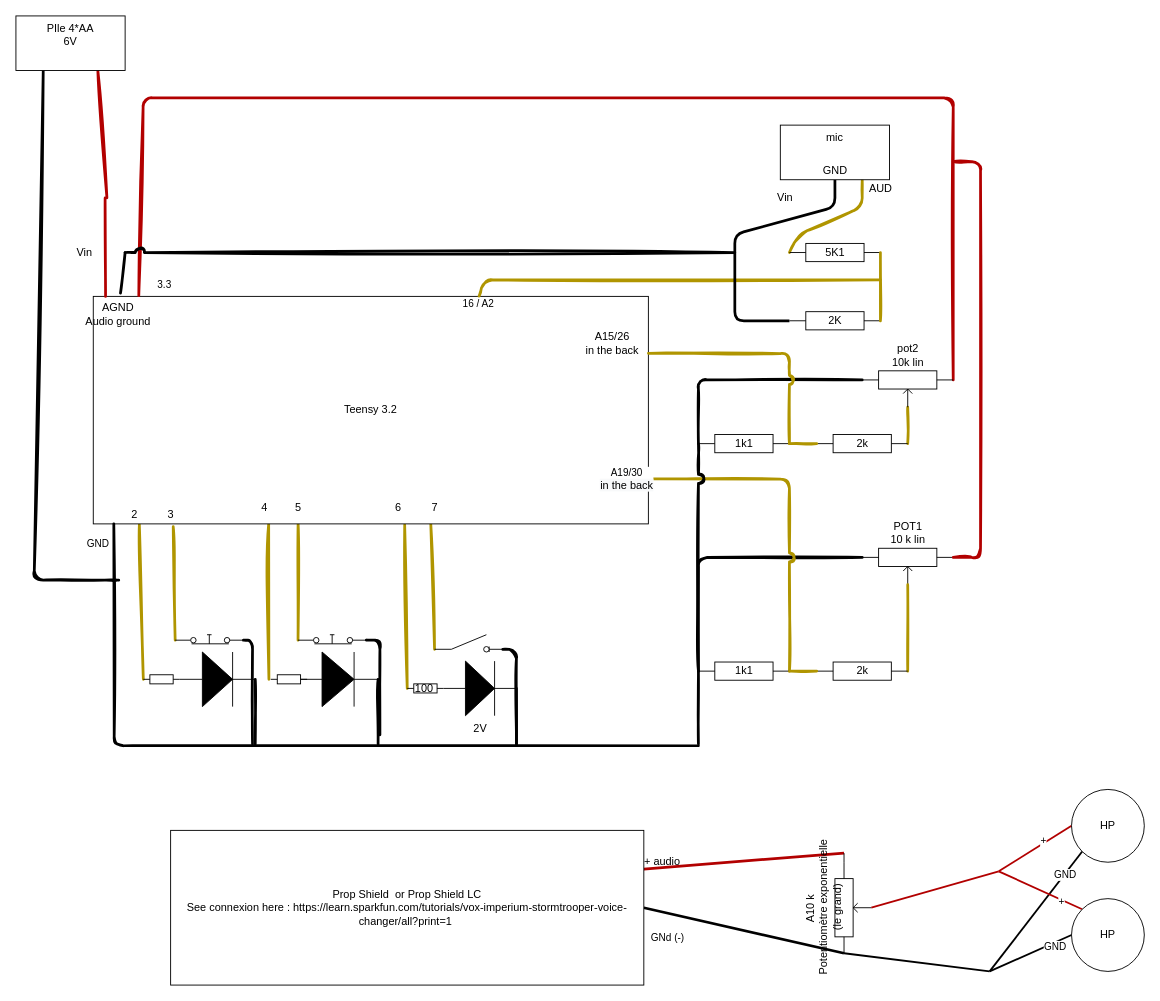
Earlier version of the draw.io diagram Diagram.drawio (nicomy/voice_changer). Source tidied: cells renumbered, new cells numbered last; positions are measured from the earlier drawing's top-left corner, leaving out a move shared by most shapes. Both pictures are drawn from the tidied source at 91%, with x=0, y=0 at pixel (15, 15).
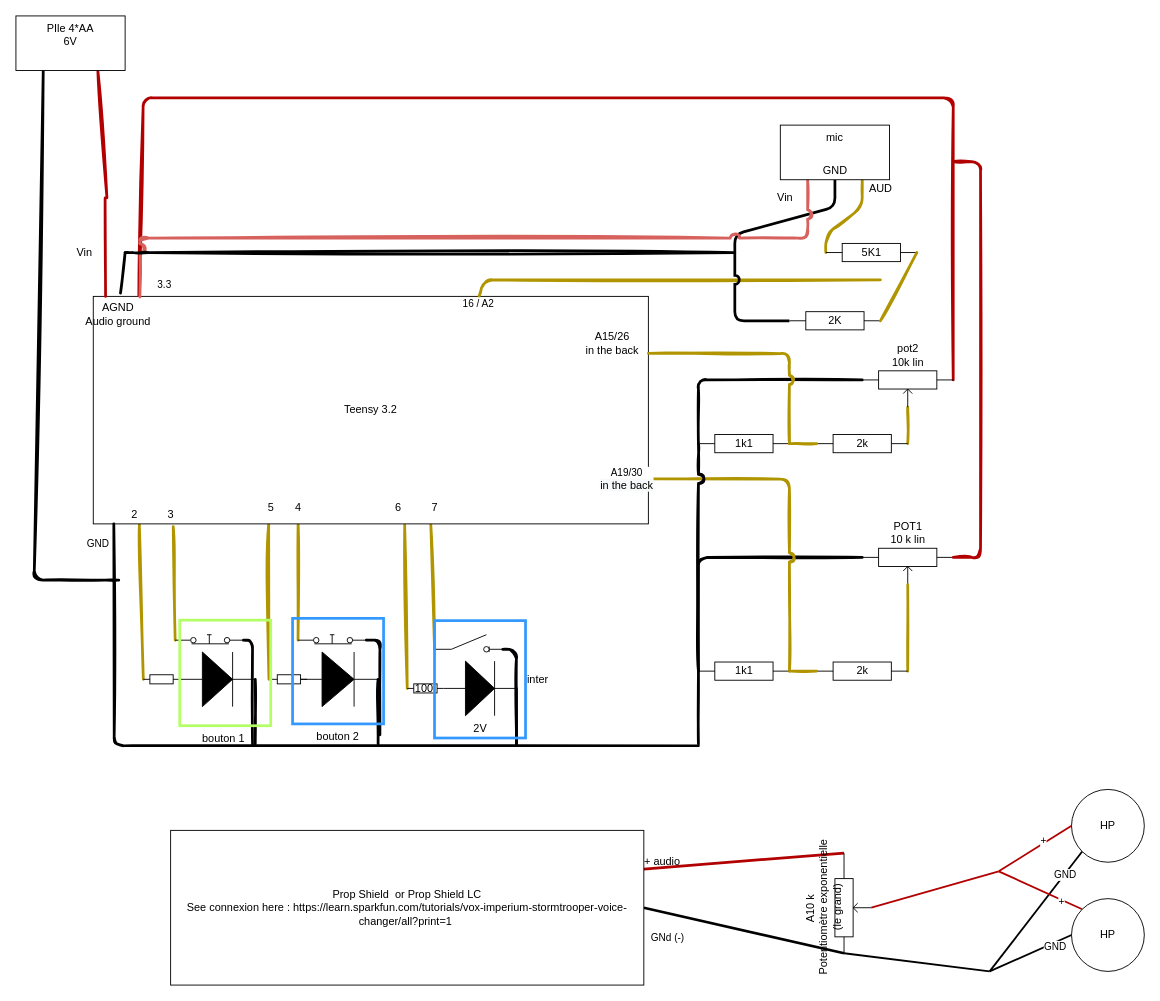
The same page after the edit.

Unchanged cells that the change refers to:
```xml
<mxCell id="8" value="Teensy 3.2" style="rounded=0;whiteSpace=wrap;html=1;" parent="1" vertex="1">
  <mxGeometry x="85" y="308.2" width="610" height="250" as="geometry" />
</mxCell>
<mxCell id="19" value="mic" style="rounded=0;whiteSpace=wrap;html=1;align=center;verticalAlign=top;" parent="1" vertex="1">
  <mxGeometry x="840" y="120" width="120" height="60" as="geometry" />
</mxCell>
<mxCell id="28" style="group;" parent="1" vertex="1">
  <mxGeometry x="850" y="250" width="100" height="95" as="geometry" />
</mxCell>
<mxCell id="30" value="2K" style="verticalLabelPosition=middle;shadow=0;dashed=0;align=center;html=1;verticalAlign=middle;shape=mxgraph.electrical.resistors.resistor_1;labelPosition=center;" parent="28" vertex="1">
  <mxGeometry y="75" width="100" height="20" as="geometry" />
</mxCell>
```

Change to the diagram source:
```diff
@@
-    <mxCell id="17" style="edgeStyle=none;rounded=1;jettySize=auto;html=1;exitX=0.5;exitY=1;exitDx=0;exitDy=0;endArrow=none;endFill=0;strokeWidth=3;entryX=0;entryY=0.5;entryDx=0;entryDy=0;entryPerimeter=0;" parent="1" edge="1" source="19" target="30">
+    <mxCell id="17" style="edgeStyle=none;rounded=1;jettySize=auto;html=1;exitX=0.5;exitY=1;exitDx=0;exitDy=0;endArrow=none;endFill=0;strokeWidth=3;entryX=0;entryY=0.5;entryDx=0;entryDy=0;entryPerimeter=0;jumpStyle=arc;" parent="1" edge="1" source="19" target="30">
       <mxGeometry relative="1" as="geometry">
         <Array as="points">
           <mxPoint x="900" y="210" />
           <mxPoint x="790" y="240" />
           <mxPoint x="790" y="335" />
         </Array>
       </mxGeometry>
     </mxCell>
     <mxCell id="18" style="edgeStyle=none;rounded=1;sketch=1;jumpStyle=arc;jettySize=auto;html=1;exitX=0.75;exitY=1;exitDx=0;exitDy=0;endArrow=none;endFill=0;fillColor=#e3c800;strokeColor=#B09500;strokeWidth=3;entryX=0;entryY=0.5;entryDx=0;entryDy=0;entryPerimeter=0;" parent="1" edge="1" source="19" target="29">
       <mxGeometry relative="1" as="geometry">
         <Array as="points">
           <mxPoint x="930" y="210" />
-          <mxPoint x="860" y="240" />
+          <mxPoint x="890" y="240" />
         </Array>
       </mxGeometry>
     </mxCell>
+    <mxCell id="100" style="edgeStyle=orthogonalEdgeStyle;rounded=1;jettySize=auto;html=1;exitX=0.25;exitY=1;exitDx=0;exitDy=0;entryX=0.084;entryY=0.003;entryDx=0;entryDy=0;entryPerimeter=0;strokeWidth=3;fillColor=#f8cecc;strokeColor=#D6615D;endArrow=none;endFill=0;sketch=1;jumpStyle=arc;" parent="1" edge="1" source="19" target="8">
+      <mxGeometry relative="1" as="geometry" />
+    </mxCell>
@@
     <mxCell id="29" value="5K1" style="verticalLabelPosition=middle;shadow=0;dashed=0;align=center;html=1;verticalAlign=middle;shape=mxgraph.electrical.resistors.resistor_1;labelPosition=center;" parent="28" vertex="1">
-      <mxGeometry width="100" height="20" as="geometry" />
+      <mxGeometry x="40" width="100" height="20" as="geometry" />
     </mxCell>
@@
     <mxCell id="75" value="4" style="text;html=1;align=center;verticalAlign=middle;strokeColor=none;fillColor=none;" parent="1" vertex="1">
-      <mxGeometry x="263" y="530" width="20" height="20" as="geometry" />
+      <mxGeometry x="300" y="530" width="20" height="20" as="geometry" />
     </mxCell>
     <mxCell id="76" value="5" style="text;html=1;align=center;verticalAlign=middle;strokeColor=none;fillColor=none;" parent="1" vertex="1">
-      <mxGeometry x="300" y="530" width="20" height="20" as="geometry" />
+      <mxGeometry x="270" y="530" width="20" height="20" as="geometry" />
     </mxCell>
@@
+    <mxCell id="101" value="bouton 1&amp;nbsp;&lt;br&gt;" style="rounded=0;whiteSpace=wrap;html=1;fillColor=none;strokeColor=#B3FF66;strokeWidth=3;labelPosition=center;verticalLabelPosition=bottom;align=center;verticalAlign=top;" parent="1" vertex="1">
+      <mxGeometry x="180" y="664" width="100" height="116" as="geometry" />
+    </mxCell>
+    <mxCell id="102" value="bouton 2&lt;br&gt;&amp;nbsp;" style="rounded=0;whiteSpace=wrap;html=1;fillColor=none;strokeColor=#3399FF;strokeWidth=3;labelPosition=center;verticalLabelPosition=bottom;align=center;verticalAlign=top;" parent="1" vertex="1">
+      <mxGeometry x="304" y="662" width="100" height="116" as="geometry" />
+    </mxCell>
+    <mxCell id="103" value="inter&amp;nbsp;" style="rounded=0;whiteSpace=wrap;html=1;fillColor=none;strokeColor=#3399FF;strokeWidth=3;labelPosition=right;verticalLabelPosition=middle;align=left;verticalAlign=middle;" parent="1" vertex="1">
+      <mxGeometry x="460" y="664.5" width="100" height="129" as="geometry" />
+    </mxCell>
+    <mxCell id="104" style="edgeStyle=orthogonalEdgeStyle;rounded=1;sketch=1;jumpStyle=arc;orthogonalLoop=1;jettySize=auto;html=1;exitX=0.5;exitY=1;exitDx=0;exitDy=0;endArrow=none;endFill=0;strokeColor=#D6615D;strokeWidth=3;" parent="1" edge="1" source="103" target="103">
+      <mxGeometry relative="1" as="geometry" />
+    </mxCell>
```
